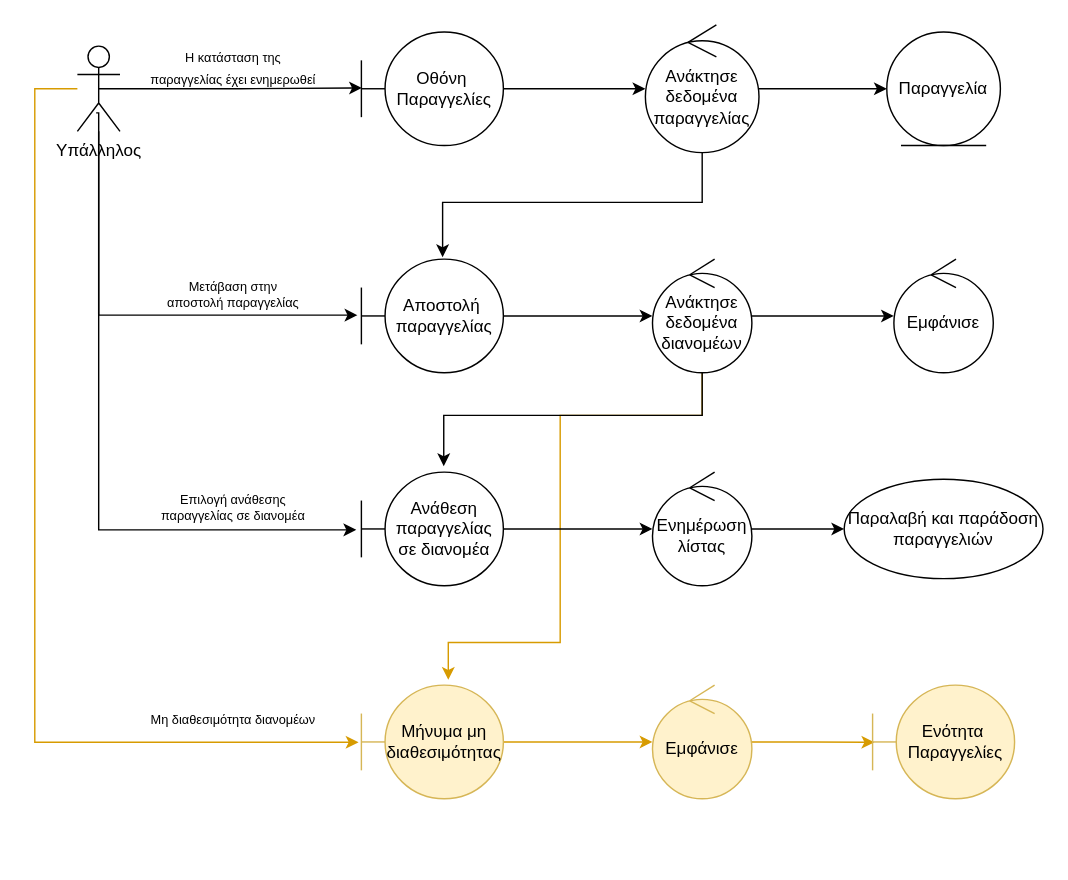
The draw.io diagram docs/contributions/Kout-ou/Phase 3/Shop Robustness Diagrams/Robustness drawio files/usecase3.drawio in iloudaros/nomnomr, before the edit. Source tidied: cells renumbered, new cells numbered last; positions are measured from the earlier drawing's top-left corner, leaving out a move shared by most shapes. Both pictures are drawn from the tidied source at 142%, with x=0, y=0 at pixel (34, 24).
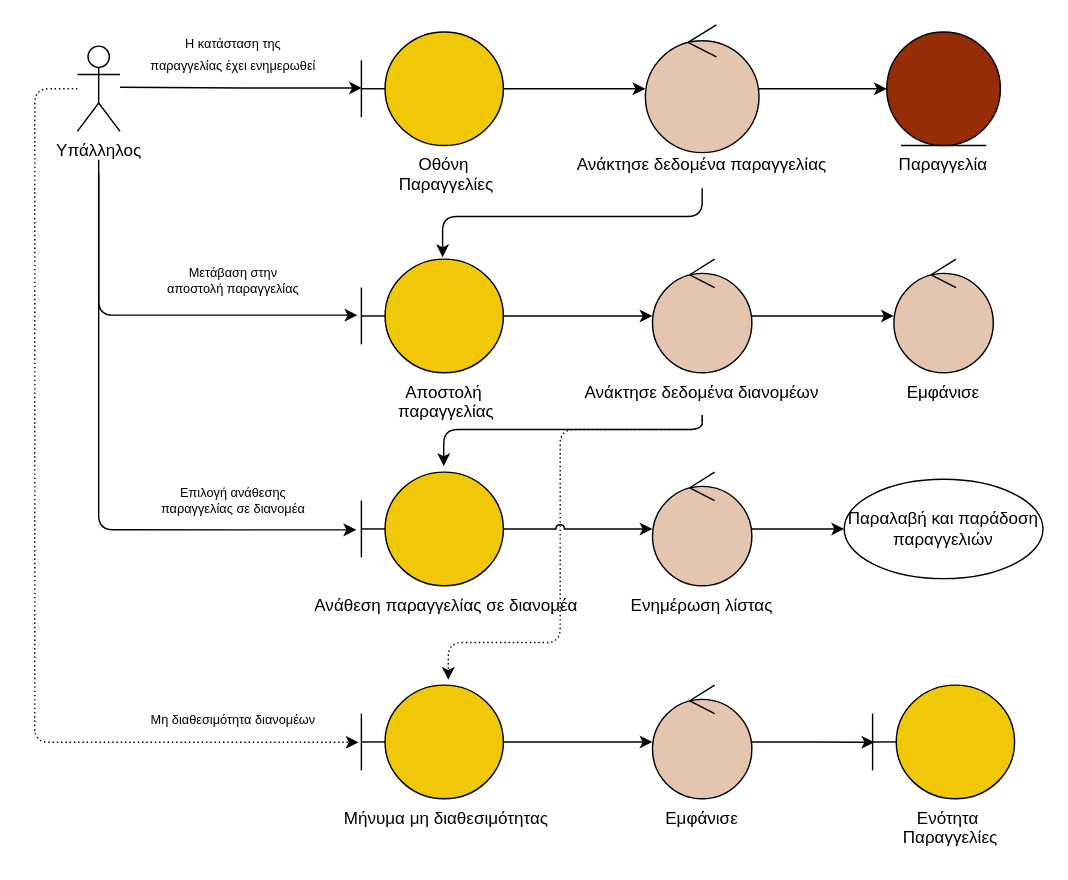
The same page after the edit.

Unchanged cells that the change refers to:
```xml
<mxCell id="8" value="Υπάλληλος" style="shape=umlActor;verticalLabelPosition=bottom;verticalAlign=top;html=1;" parent="1" vertex="1">
  <mxGeometry x="30" y="15" width="30" height="60" as="geometry" />
</mxCell>
```

Change to the diagram source:
```diff
@@
-    <mxCell id="3" value="Οθόνη&amp;nbsp;&lt;br&gt;Παραγγελίες" style="shape=umlBoundary;whiteSpace=wrap;html=1;" parent="1" vertex="1">
+    <mxCell id="3" style="shape=umlBoundary;whiteSpace=wrap;html=1;fillColor=#F0C808;" parent="1" vertex="1">
       <mxGeometry x="230" y="5" width="100" height="80" as="geometry" />
     </mxCell>
-    <mxCell id="4" style="edgeStyle=orthogonalEdgeStyle;rounded=0;jettySize=auto;html=1;entryX=0.004;entryY=0.493;entryDx=0;entryDy=0;entryPerimeter=0;exitX=0.5;exitY=0.5;exitDx=0;exitDy=0;exitPerimeter=0;" parent="1" edge="1" source="8" target="3">
-      <mxGeometry relative="1" as="geometry" />
+    <mxCell id="4" style="edgeStyle=orthogonalEdgeStyle;rounded=0;jettySize=auto;html=1;entryX=0.004;entryY=0.493;entryDx=0;entryDy=0;entryPerimeter=0;" parent="1" edge="1" target="3">
+      <mxGeometry relative="1" as="geometry">
+        <mxPoint x="60" y="44" as="sourcePoint" />
+      </mxGeometry>
     </mxCell>
-    <mxCell id="5" style="edgeStyle=orthogonalEdgeStyle;rounded=0;jettySize=auto;html=1;entryX=-0.028;entryY=0.493;entryDx=0;entryDy=0;entryPerimeter=0;exitX=0.44;exitY=0.783;exitDx=0;exitDy=0;exitPerimeter=0;" parent="1" edge="1" source="8" target="14">
+    <mxCell id="5" style="edgeStyle=orthogonalEdgeStyle;rounded=1;jettySize=auto;html=1;entryX=-0.028;entryY=0.493;entryDx=0;entryDy=0;entryPerimeter=0;jumpStyle=arc;" parent="1" edge="1" target="14">
       <mxGeometry relative="1" as="geometry">
+        <mxPoint x="45" y="95" as="sourcePoint" />
         <Array as="points">
-          <mxPoint x="45" y="62" />
           <mxPoint x="45" y="204" />
         </Array>
       </mxGeometry>
     </mxCell>
-    <mxCell id="6" style="edgeStyle=orthogonalEdgeStyle;rounded=0;jettySize=auto;html=1;entryX=-0.036;entryY=0.508;entryDx=0;entryDy=0;entryPerimeter=0;" parent="1" edge="1" source="8" target="21">
+    <mxCell id="6" style="edgeStyle=orthogonalEdgeStyle;rounded=1;jettySize=auto;html=1;entryX=-0.036;entryY=0.508;entryDx=0;entryDy=0;entryPerimeter=0;jumpStyle=arc;" parent="1" edge="1" target="21">
       <mxGeometry relative="1" as="geometry">
+        <mxPoint x="45" y="105" as="sourcePoint" />
         <Array as="points">
           <mxPoint x="45" y="356" />
         </Array>
       </mxGeometry>
     </mxCell>
-    <mxCell id="7" style="edgeStyle=orthogonalEdgeStyle;rounded=0;jettySize=auto;html=1;entryX=-0.02;entryY=0.503;entryDx=0;entryDy=0;entryPerimeter=0;fillColor=#ffe6cc;strokeColor=#d79b00;" parent="1" edge="1" source="8" target="28">
+    <mxCell id="7" style="edgeStyle=orthogonalEdgeStyle;rounded=1;jettySize=auto;html=1;entryX=-0.02;entryY=0.503;entryDx=0;entryDy=0;entryPerimeter=0;fillColor=#ffe6cc;strokeColor=#000000;jumpStyle=arc;dashed=1;dashPattern=1 2;" parent="1" edge="1" source="8" target="28">
       <mxGeometry relative="1" as="geometry">
         <Array as="points">
           <mxPoint y="45" />
           <mxPoint y="505" />
         </Array>
       </mxGeometry>
     </mxCell>
@@
-    <mxCell id="10" style="edgeStyle=orthogonalEdgeStyle;rounded=0;jettySize=auto;html=1;entryX=0.572;entryY=-0.017;entryDx=0;entryDy=0;entryPerimeter=0;" parent="1" edge="1" source="11" target="14">
+    <mxCell id="10" style="edgeStyle=orthogonalEdgeStyle;rounded=1;jettySize=auto;html=1;entryX=0.572;entryY=-0.017;entryDx=0;entryDy=0;entryPerimeter=0;jumpStyle=arc;exitX=0.5;exitY=1;exitDx=0;exitDy=0;" parent="1" edge="1" source="35" target="14">
       <mxGeometry relative="1" as="geometry">
         <Array as="points">
-          <mxPoint x="470" y="125" />
-          <mxPoint x="287" y="125" />
+          <mxPoint x="470" y="135" />
+          <mxPoint x="287" y="135" />
         </Array>
       </mxGeometry>
     </mxCell>
-    <mxCell id="11" value="Ανάκτησε δεδομένα παραγγελίας" style="ellipse;shape=umlControl;whiteSpace=wrap;html=1;" parent="1" vertex="1">
+    <mxCell id="11" style="ellipse;shape=umlControl;whiteSpace=wrap;html=1;fillColor=#E4C5AF;" parent="1" vertex="1">
       <mxGeometry x="430" width="80" height="90" as="geometry" />
     </mxCell>
-    <mxCell id="12" value="Παραγγελία" style="ellipse;shape=umlEntity;whiteSpace=wrap;html=1;" parent="1" vertex="1">
+    <mxCell id="12" style="ellipse;shape=umlEntity;whiteSpace=wrap;html=1;fillColor=#972D07;" parent="1" vertex="1">
       <mxGeometry x="600" y="5" width="80" height="80" as="geometry" />
     </mxCell>
@@
-    <mxCell id="14" value="Αποστολή&amp;nbsp;&lt;br&gt;παραγγελίας" style="shape=umlBoundary;whiteSpace=wrap;html=1;" parent="1" vertex="1">
+    <mxCell id="14" style="shape=umlBoundary;whiteSpace=wrap;html=1;fillColor=#F0C808;" parent="1" vertex="1">
       <mxGeometry x="230" y="165" width="100" height="80" as="geometry" />
     </mxCell>
@@
-    <mxCell id="16" style="edgeStyle=orthogonalEdgeStyle;rounded=0;jettySize=auto;html=1;entryX=0.612;entryY=-0.047;entryDx=0;entryDy=0;entryPerimeter=0;fillColor=#ffe6cc;strokeColor=#d79b00;" parent="1" edge="1" source="18" target="28">
+    <mxCell id="16" style="edgeStyle=orthogonalEdgeStyle;rounded=1;jettySize=auto;html=1;entryX=0.612;entryY=-0.047;entryDx=0;entryDy=0;entryPerimeter=0;fillColor=#ffe6cc;strokeColor=#000000;jumpStyle=arc;dashed=1;dashPattern=1 2;exitX=0.5;exitY=1;exitDx=0;exitDy=0;" parent="1" edge="1" source="38" target="28">
       <mxGeometry relative="1" as="geometry">
         <Array as="points">
-          <mxPoint x="470" y="275" />
-          <mxPoint x="370" y="275" />
+          <mxPoint x="470" y="285" />
+          <mxPoint x="370" y="285" />
           <mxPoint x="370" y="435" />
           <mxPoint x="291" y="435" />
         </Array>
       </mxGeometry>
     </mxCell>
-    <mxCell id="17" style="edgeStyle=orthogonalEdgeStyle;rounded=0;jettySize=auto;html=1;entryX=0.58;entryY=-0.052;entryDx=0;entryDy=0;entryPerimeter=0;" parent="1" edge="1" source="18" target="21">
+    <mxCell id="17" style="edgeStyle=orthogonalEdgeStyle;rounded=1;jettySize=auto;html=1;entryX=0.58;entryY=-0.052;entryDx=0;entryDy=0;entryPerimeter=0;jumpStyle=arc;exitX=0.5;exitY=1;exitDx=0;exitDy=0;" parent="1" edge="1" source="38" target="21">
       <mxGeometry relative="1" as="geometry">
         <Array as="points">
-          <mxPoint x="470" y="275" />
-          <mxPoint x="288" y="275" />
+          <mxPoint x="470" y="285" />
+          <mxPoint x="288" y="285" />
         </Array>
       </mxGeometry>
     </mxCell>
-    <mxCell id="18" value="Ανάκτησε δεδομένα διανομέων" style="ellipse;shape=umlControl;whiteSpace=wrap;html=1;" parent="1" vertex="1">
+    <mxCell id="18" style="ellipse;shape=umlControl;whiteSpace=wrap;html=1;fillColor=#E4C5AF;" parent="1" vertex="1">
       <mxGeometry x="435" y="165" width="70" height="80" as="geometry" />
     </mxCell>
-    <mxCell id="19" value="Εμφάνισε" style="ellipse;shape=umlControl;whiteSpace=wrap;html=1;" parent="1" vertex="1">
+    <mxCell id="19" style="ellipse;shape=umlControl;whiteSpace=wrap;html=1;fillColor=#E4C5AF;" parent="1" vertex="1">
       <mxGeometry x="605" y="165" width="70" height="80" as="geometry" />
     </mxCell>
-    <mxCell id="20" style="edgeStyle=orthogonalEdgeStyle;rounded=0;jettySize=auto;html=1;" parent="1" edge="1" source="21" target="23">
+    <mxCell id="20" style="edgeStyle=orthogonalEdgeStyle;rounded=0;jettySize=auto;html=1;jumpStyle=arc;" parent="1" edge="1" source="21" target="23">
       <mxGeometry relative="1" as="geometry" />
     </mxCell>
-    <mxCell id="21" value="Ανάθεση παραγγελίας σε διανομέα" style="shape=umlBoundary;whiteSpace=wrap;html=1;" parent="1" vertex="1">
+    <mxCell id="21" style="shape=umlBoundary;whiteSpace=wrap;html=1;fillColor=#F0C808;" parent="1" vertex="1">
       <mxGeometry x="230" y="315" width="100" height="80" as="geometry" />
     </mxCell>
@@
-    <mxCell id="23" value="Ενημέρωση λίστας" style="ellipse;shape=umlControl;whiteSpace=wrap;html=1;" parent="1" vertex="1">
+    <mxCell id="23" style="ellipse;shape=umlControl;whiteSpace=wrap;html=1;fillColor=#E4C5AF;" parent="1" vertex="1">
       <mxGeometry x="435" y="315" width="70" height="80" as="geometry" />
     </mxCell>
@@
-    <mxCell id="25" style="edgeStyle=orthogonalEdgeStyle;rounded=0;jettySize=auto;html=1;entryX=0.012;entryY=0.503;entryDx=0;entryDy=0;entryPerimeter=0;fillColor=#ffe6cc;strokeColor=#d79b00;" parent="1" edge="1" source="26" target="29">
+    <mxCell id="25" style="edgeStyle=orthogonalEdgeStyle;rounded=0;jettySize=auto;html=1;entryX=0.012;entryY=0.503;entryDx=0;entryDy=0;entryPerimeter=0;fillColor=#ffe6cc;strokeColor=#000000;" parent="1" edge="1" source="26" target="29">
       <mxGeometry relative="1" as="geometry" />
     </mxCell>
-    <mxCell id="26" value="Εμφάνισε" style="ellipse;shape=umlControl;whiteSpace=wrap;html=1;fillColor=#fff2cc;strokeColor=#d6b656;" parent="1" vertex="1">
+    <mxCell id="26" style="ellipse;shape=umlControl;whiteSpace=wrap;html=1;fillColor=#E4C5AF;strokeColor=#000000;" parent="1" vertex="1">
       <mxGeometry x="435" y="465" width="70" height="80" as="geometry" />
     </mxCell>
-    <mxCell id="27" style="edgeStyle=orthogonalEdgeStyle;rounded=0;jettySize=auto;html=1;fillColor=#ffe6cc;strokeColor=#d79b00;" parent="1" edge="1" source="28" target="26">
+    <mxCell id="27" style="edgeStyle=orthogonalEdgeStyle;rounded=0;jettySize=auto;html=1;fillColor=#ffe6cc;strokeColor=#000000;" parent="1" edge="1" source="28" target="26">
       <mxGeometry relative="1" as="geometry" />
     </mxCell>
-    <mxCell id="28" value="Μήνυμα μη διαθεσιμότητας" style="shape=umlBoundary;whiteSpace=wrap;html=1;fillColor=#fff2cc;strokeColor=#d6b656;" parent="1" vertex="1">
+    <mxCell id="28" style="shape=umlBoundary;whiteSpace=wrap;html=1;fillColor=#F0C808;strokeColor=#000000;" parent="1" vertex="1">
       <mxGeometry x="230" y="465" width="100" height="80" as="geometry" />
     </mxCell>
-    <mxCell id="29" value="Ενότητα&amp;nbsp;&lt;br&gt;Παραγγελίες" style="shape=umlBoundary;whiteSpace=wrap;html=1;fillColor=#fff2cc;strokeColor=#d6b656;" parent="1" vertex="1">
+    <mxCell id="29" style="shape=umlBoundary;whiteSpace=wrap;html=1;fillColor=#F0C808;strokeColor=#000000;" parent="1" vertex="1">
       <mxGeometry x="590" y="465" width="100" height="80" as="geometry" />
     </mxCell>
     <mxCell id="30" value="&lt;font style=&quot;font-size: 9px&quot;&gt;Η κατάσταση της παραγγελίας έχει ενημερωθεί&lt;/font&gt;" style="text;html=1;strokeColor=none;fillColor=none;align=center;verticalAlign=middle;whiteSpace=wrap;rounded=0;" parent="1" vertex="1">
-      <mxGeometry x="80" y="15" width="120" height="30" as="geometry" />
+      <mxGeometry x="80" y="5" width="120" height="30" as="geometry" />
     </mxCell>
     <mxCell id="31" value="Μετάβαση στην αποστολή παραγγελίας" style="text;html=1;strokeColor=none;fillColor=none;align=center;verticalAlign=middle;whiteSpace=wrap;rounded=0;fontSize=9;" parent="1" vertex="1">
-      <mxGeometry x="90" y="175" width="100" height="30" as="geometry" />
+      <mxGeometry x="90" y="165" width="100" height="30" as="geometry" />
     </mxCell>
     <mxCell id="32" value="Επιλογή ανάθεσης παραγγελίας σε διανομέα" style="text;html=1;strokeColor=none;fillColor=none;align=center;verticalAlign=middle;whiteSpace=wrap;rounded=0;fontSize=9;" parent="1" vertex="1">
-      <mxGeometry x="85" y="325" width="110" height="30" as="geometry" />
+      <mxGeometry x="85" y="320" width="110" height="30" as="geometry" />
     </mxCell>
@@
+    <mxCell id="34" value="&lt;span style=&quot;color: rgb(0, 0, 0); font-family: helvetica; font-size: 12px; font-style: normal; font-weight: 400; letter-spacing: normal; text-indent: 0px; text-transform: none; word-spacing: 0px; display: inline; float: none;&quot;&gt;Οθόνη&amp;nbsp;&lt;/span&gt;&lt;br style=&quot;color: rgb(0, 0, 0); font-family: helvetica; font-size: 12px; font-style: normal; font-weight: 400; letter-spacing: normal; text-indent: 0px; text-transform: none; word-spacing: 0px;&quot;&gt;&lt;span style=&quot;color: rgb(0, 0, 0); font-family: helvetica; font-size: 12px; font-style: normal; font-weight: 400; letter-spacing: normal; text-indent: 0px; text-transform: none; word-spacing: 0px; display: inline; float: none;&quot;&gt;Παραγγελίες&lt;/span&gt;" style="text;whiteSpace=wrap;html=1;align=center;labelBackgroundColor=none;" parent="1" vertex="1">
+      <mxGeometry x="240" y="85" width="100" height="40" as="geometry" />
+    </mxCell>
+    <mxCell id="35" value="&lt;span style=&quot;color: rgb(0, 0, 0); font-family: helvetica; font-size: 12px; font-style: normal; font-weight: 400; letter-spacing: normal; text-indent: 0px; text-transform: none; word-spacing: 0px; display: inline; float: none;&quot;&gt;Ανάκτησε δεδομένα παραγγελίας&lt;/span&gt;" style="text;whiteSpace=wrap;html=1;align=center;labelBackgroundColor=none;" parent="1" vertex="1">
+      <mxGeometry x="360" y="85" width="220" height="30" as="geometry" />
+    </mxCell>
+    <mxCell id="36" value="&lt;span style=&quot;color: rgb(0, 0, 0); font-family: helvetica; font-size: 12px; font-style: normal; font-weight: 400; letter-spacing: normal; text-indent: 0px; text-transform: none; word-spacing: 0px; display: inline; float: none;&quot;&gt;Παραγγελία&lt;/span&gt;" style="text;whiteSpace=wrap;html=1;align=center;labelBackgroundColor=none;" parent="1" vertex="1">
+      <mxGeometry x="595" y="85" width="90" height="30" as="geometry" />
+    </mxCell>
+    <mxCell id="37" value="&lt;span style=&quot;color: rgb(0, 0, 0); font-family: helvetica; font-size: 12px; font-style: normal; font-weight: 400; letter-spacing: normal; text-indent: 0px; text-transform: none; word-spacing: 0px; display: inline; float: none;&quot;&gt;Αποστολή&amp;nbsp;&lt;/span&gt;&lt;br style=&quot;color: rgb(0, 0, 0); font-family: helvetica; font-size: 12px; font-style: normal; font-weight: 400; letter-spacing: normal; text-indent: 0px; text-transform: none; word-spacing: 0px;&quot;&gt;&lt;span style=&quot;color: rgb(0, 0, 0); font-family: helvetica; font-size: 12px; font-style: normal; font-weight: 400; letter-spacing: normal; text-indent: 0px; text-transform: none; word-spacing: 0px; display: inline; float: none;&quot;&gt;παραγγελίας&lt;/span&gt;" style="text;whiteSpace=wrap;html=1;align=center;labelBackgroundColor=none;" parent="1" vertex="1">
+      <mxGeometry x="240" y="245" width="100" height="40" as="geometry" />
+    </mxCell>
+    <mxCell id="38" value="&lt;span style=&quot;color: rgb(0, 0, 0); font-family: helvetica; font-size: 12px; font-style: normal; font-weight: 400; letter-spacing: normal; text-indent: 0px; text-transform: none; word-spacing: 0px; display: inline; float: none;&quot;&gt;Ανάκτησε δεδομένα διανομέων&lt;/span&gt;" style="text;whiteSpace=wrap;html=1;align=center;labelBackgroundColor=none;" parent="1" vertex="1">
+      <mxGeometry x="365" y="245" width="210" height="30" as="geometry" />
+    </mxCell>
+    <mxCell id="39" value="&lt;span style=&quot;color: rgb(0, 0, 0); font-family: helvetica; font-size: 12px; font-style: normal; font-weight: 400; letter-spacing: normal; text-indent: 0px; text-transform: none; word-spacing: 0px; display: inline; float: none;&quot;&gt;Εμφάνισε&lt;/span&gt;" style="text;whiteSpace=wrap;html=1;align=center;labelBackgroundColor=none;" parent="1" vertex="1">
+      <mxGeometry x="600" y="245" width="80" height="30" as="geometry" />
+    </mxCell>
+    <mxCell id="40" value="&lt;span style=&quot;color: rgb(0, 0, 0); font-family: helvetica; font-size: 12px; font-style: normal; font-weight: 400; letter-spacing: normal; text-indent: 0px; text-transform: none; word-spacing: 0px; display: inline; float: none;&quot;&gt;Ανάθεση παραγγελίας σε διανομέα&lt;/span&gt;" style="text;whiteSpace=wrap;html=1;align=center;labelBackgroundColor=none;" parent="1" vertex="1">
+      <mxGeometry x="175" y="395" width="230" height="30" as="geometry" />
+    </mxCell>
+    <mxCell id="41" value="&lt;span style=&quot;color: rgb(0, 0, 0); font-family: helvetica; font-size: 12px; font-style: normal; font-weight: 400; letter-spacing: normal; text-indent: 0px; text-transform: none; word-spacing: 0px; display: inline; float: none;&quot;&gt;Ενημέρωση λίστας&lt;/span&gt;" style="text;whiteSpace=wrap;html=1;align=center;labelBackgroundColor=none;" parent="1" vertex="1">
+      <mxGeometry x="405" y="395" width="130" height="30" as="geometry" />
+    </mxCell>
+    <mxCell id="42" value="&lt;span style=&quot;color: rgb(0, 0, 0); font-family: helvetica; font-size: 12px; font-style: normal; font-weight: 400; letter-spacing: normal; text-indent: 0px; text-transform: none; word-spacing: 0px; display: inline; float: none;&quot;&gt;Μήνυμα μη διαθεσιμότητας&lt;/span&gt;" style="text;whiteSpace=wrap;html=1;align=center;labelBackgroundColor=none;" parent="1" vertex="1">
+      <mxGeometry x="200" y="545" width="180" height="30" as="geometry" />
+    </mxCell>
+    <mxCell id="43" value="&lt;span style=&quot;color: rgb(0, 0, 0); font-family: helvetica; font-size: 12px; font-style: normal; font-weight: 400; letter-spacing: normal; text-indent: 0px; text-transform: none; word-spacing: 0px; display: inline; float: none;&quot;&gt;Εμφάνισε&lt;/span&gt;" style="text;whiteSpace=wrap;html=1;align=center;labelBackgroundColor=none;" parent="1" vertex="1">
+      <mxGeometry x="430" y="545" width="80" height="30" as="geometry" />
+    </mxCell>
+    <mxCell id="44" value="&lt;span style=&quot;color: rgb(0, 0, 0); font-family: helvetica; font-size: 12px; font-style: normal; font-weight: 400; letter-spacing: normal; text-indent: 0px; text-transform: none; word-spacing: 0px; display: inline; float: none;&quot;&gt;Ενότητα&amp;nbsp;&lt;/span&gt;&lt;br style=&quot;color: rgb(0, 0, 0); font-family: helvetica; font-size: 12px; font-style: normal; font-weight: 400; letter-spacing: normal; text-indent: 0px; text-transform: none; word-spacing: 0px;&quot;&gt;&lt;span style=&quot;color: rgb(0, 0, 0); font-family: helvetica; font-size: 12px; font-style: normal; font-weight: 400; letter-spacing: normal; text-indent: 0px; text-transform: none; word-spacing: 0px; display: inline; float: none;&quot;&gt;Παραγγελίες&lt;/span&gt;" style="text;whiteSpace=wrap;html=1;align=center;labelBackgroundColor=none;" parent="1" vertex="1">
+      <mxGeometry x="595" y="545" width="100" height="40" as="geometry" />
+    </mxCell>
```
